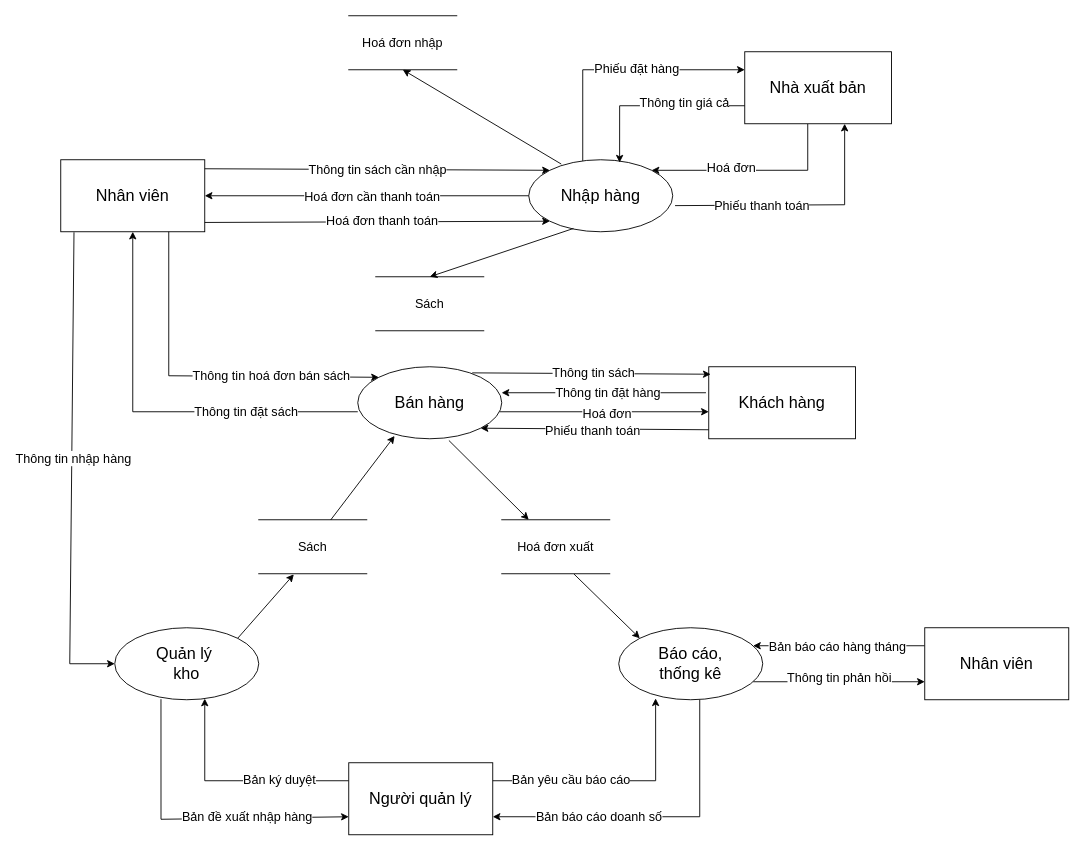
Above: page "Trang-3" (3 of 7) of QuanLyBanSach.drawio in leetrungtoans/BTVN_ITC_OOP_LEETRUNGTOANS (draw.io), before the change. Source tidied: cells renumbered, new cells numbered last; positions are measured from the earlier drawing's top-left corner, leaving out a move shared by most shapes. Both pictures are drawn from the tidied source at 90%, with x=0, y=0 at pixel (60, 15).
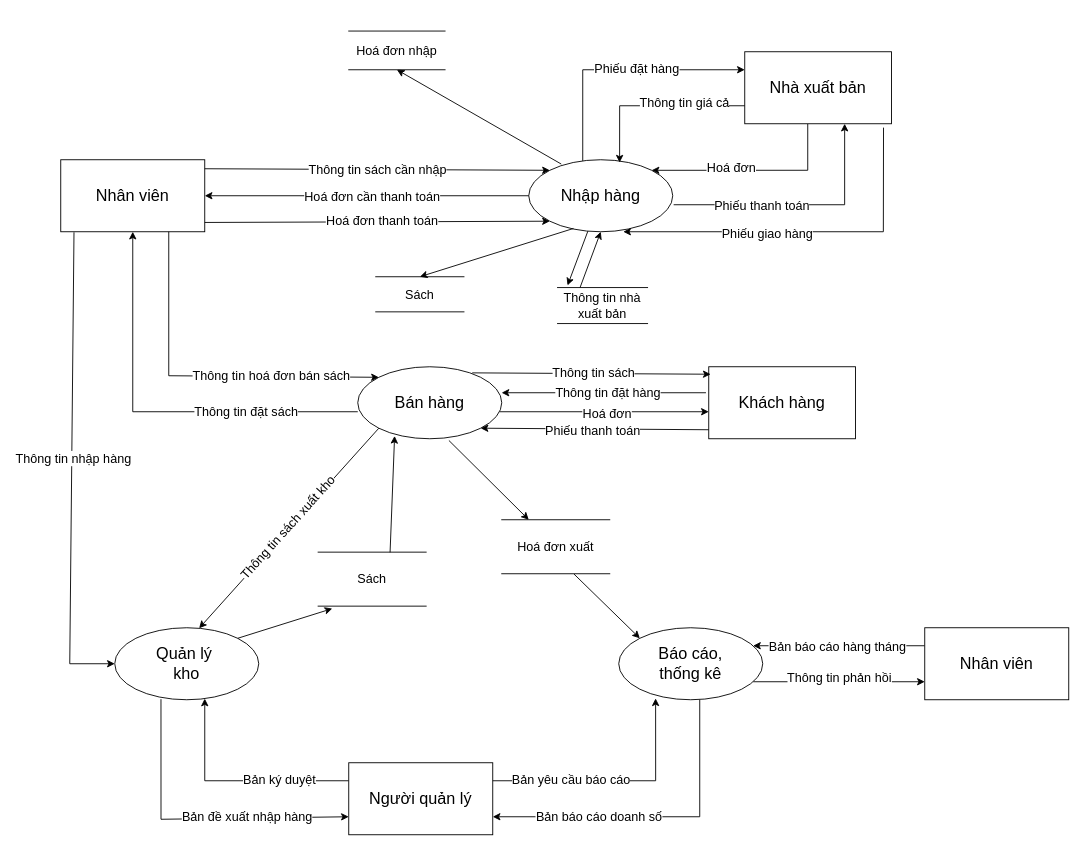
The same diagram, later.

Unchanged cells that the change refers to:
```xml
<mxCell id="9" value="&lt;font style=&quot;font-size: 18px;&quot;&gt;Nhập hàng&lt;/font&gt;" style="ellipse;whiteSpace=wrap;html=1;" parent="1" vertex="1">
  <mxGeometry x="520" y="160" width="160" height="80" as="geometry" />
</mxCell>
<mxCell id="10" value="&lt;font style=&quot;font-size: 18px;&quot;&gt;Quản lý&amp;nbsp;&lt;/font&gt;&lt;div&gt;&lt;span style=&quot;background-color: initial;&quot;&gt;&lt;font style=&quot;font-size: 18px;&quot;&gt;kho&lt;/font&gt;&lt;/span&gt;&lt;/div&gt;" style="ellipse;whiteSpace=wrap;html=1;" parent="1" vertex="1">
  <mxGeometry x="60" y="680" width="160" height="80" as="geometry" />
</mxCell>
<mxCell id="13" value="&lt;font style=&quot;font-size: 18px;&quot;&gt;Bán hàng&lt;/font&gt;" style="ellipse;whiteSpace=wrap;html=1;" parent="1" vertex="1">
  <mxGeometry x="330" y="390" width="160" height="80" as="geometry" />
</mxCell>
<mxCell id="16" value="&lt;font style=&quot;font-size: 18px;&quot;&gt;Nhà xuất bản&lt;/font&gt;" style="rounded=0;whiteSpace=wrap;html=1;" parent="1" vertex="1">
  <mxGeometry x="760" y="40" width="163" height="80" as="geometry" />
</mxCell>
```

Change to the diagram source:
```diff
@@
-    <mxCell id="26" style="endArrow=classic;html=1;rounded=0;exitX=1.016;exitY=0.637;exitDx=0;exitDy=0;exitPerimeter=0;" parent="1" edge="1" source="9">
+    <mxCell id="26" style="endArrow=classic;html=1;rounded=0;" parent="1" edge="1">
       <mxGeometry relative="1" as="geometry">
+        <mxPoint x="681" y="210" as="sourcePoint" />
         <mxPoint x="871" y="120" as="targetPoint" />
         <Array as="points">
           <mxPoint x="871" y="210" />
         </Array>
       </mxGeometry>
     </mxCell>
@@
     <mxCell id="36" value="&lt;font style=&quot;font-size: 14px;&quot;&gt;Sách&lt;/font&gt;" style="shape=partialRectangle;whiteSpace=wrap;html=1;left=0;right=0;fillColor=none;" parent="1" vertex="1">
-      <mxGeometry x="220" y="560" width="120" height="60" as="geometry" />
+      <mxGeometry x="286" y="596" width="120" height="60" as="geometry" />
     </mxCell>
@@
-    <mxCell id="41" style="endArrow=classic;html=1;rounded=0;exitX=1;exitY=0;exitDx=0;exitDy=0;entryX=0.325;entryY=1.011;entryDx=0;entryDy=0;entryPerimeter=0;" parent="1" edge="1" source="10" target="36">
+    <mxCell id="41" style="endArrow=classic;html=1;rounded=0;exitX=1;exitY=0;exitDx=0;exitDy=0;entryX=0.131;entryY=1.045;entryDx=0;entryDy=0;entryPerimeter=0;" parent="1" edge="1" source="10" target="36">
       <mxGeometry relative="1" as="geometry" />
     </mxCell>
@@
     <mxCell id="44" value="&lt;font style=&quot;font-size: 14px;&quot;&gt;Hoá đơn nhập&lt;/font&gt;" style="shape=partialRectangle;whiteSpace=wrap;html=1;left=0;right=0;fillColor=none;" parent="1" vertex="1">
-      <mxGeometry x="320" width="120" height="60" as="geometry" />
+      <mxGeometry x="320" y="17" width="107" height="43" as="geometry" />
     </mxCell>
@@
     <mxCell id="56" value="&lt;font style=&quot;font-size: 14px;&quot;&gt;Sách&lt;/font&gt;" style="shape=partialRectangle;whiteSpace=wrap;html=1;left=0;right=0;fillColor=none;" parent="1" vertex="1">
-      <mxGeometry x="350" y="290" width="120" height="60" as="geometry" />
+      <mxGeometry x="350" y="290" width="98" height="39" as="geometry" />
     </mxCell>
@@
+    <mxCell id="61" style="endArrow=classic;html=1;rounded=0;entryX=0.586;entryY=0.007;entryDx=0;entryDy=0;entryPerimeter=0;exitX=0;exitY=1;exitDx=0;exitDy=0;" parent="1" edge="1" source="13" target="10">
+      <mxGeometry relative="1" as="geometry" />
+    </mxCell>
+    <mxCell id="62" value="&lt;font style=&quot;font-size: 14px;&quot;&gt;Thông tin sách xuất kho&lt;/font&gt;" style="edgeLabel;html=1;align=center;verticalAlign=middle;rotation=312;" parent="61" vertex="1">
+      <mxGeometry x="0.01" y="-3" relative="1" as="geometry">
+        <mxPoint x="1" as="offset" />
+      </mxGeometry>
+    </mxCell>
+    <mxCell id="63" style="endArrow=classic;html=1;rounded=0;exitX=0.946;exitY=1.054;exitDx=0;exitDy=0;exitPerimeter=0;" parent="1" edge="1" source="16">
+      <mxGeometry relative="1" as="geometry">
+        <mxPoint x="625" y="240" as="targetPoint" />
+        <Array as="points">
+          <mxPoint x="914" y="240" />
+        </Array>
+      </mxGeometry>
+    </mxCell>
+    <mxCell id="64" value="&lt;font style=&quot;font-size: 14px;&quot;&gt;Phiếu giao hàng&lt;/font&gt;" style="edgeLabel;html=1;align=center;verticalAlign=middle;" parent="63" vertex="1">
+      <mxGeometry x="0.21" y="1" relative="1" as="geometry" />
+    </mxCell>
+    <mxCell id="65" value="&lt;font style=&quot;font-size: 14px;&quot;&gt;Thông tin nhà xuất bản&lt;/font&gt;" style="shape=partialRectangle;whiteSpace=wrap;html=1;left=0;right=0;fillColor=none;" parent="1" vertex="1">
+      <mxGeometry x="552" y="302" width="100" height="40" as="geometry" />
+    </mxCell>
+    <mxCell id="66" style="endArrow=classic;html=1;rounded=0;entryX=0.111;entryY=-0.059;entryDx=0;entryDy=0;entryPerimeter=0;" parent="1" edge="1" source="9" target="65">
+      <mxGeometry relative="1" as="geometry" />
+    </mxCell>
+    <mxCell id="67" style="endArrow=classic;html=1;rounded=0;entryX=0.5;entryY=1;entryDx=0;entryDy=0;exitX=0.25;exitY=0;exitDx=0;exitDy=0;" parent="1" edge="1" source="65" target="9">
+      <mxGeometry relative="1" as="geometry" />
+    </mxCell>
```
